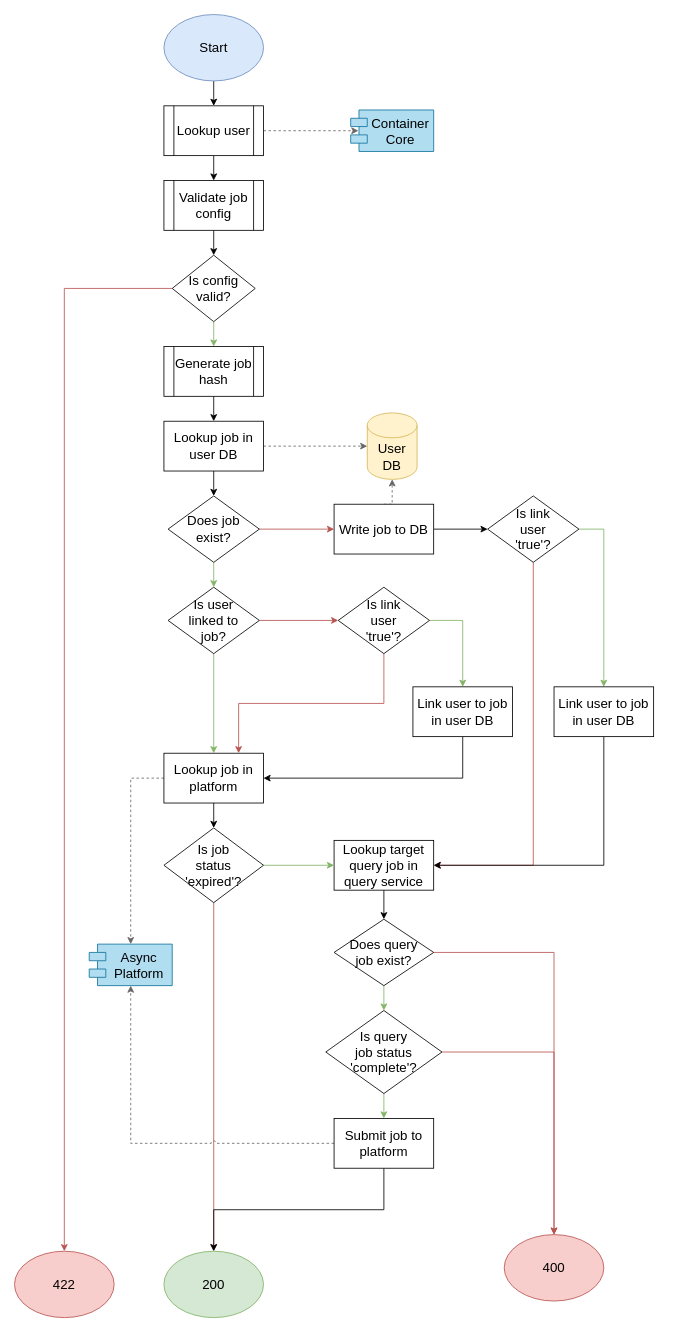
The draw.io diagram docs/design/2.0/graphs/draw.io/create-report-job.drawio in VEuPathDB/service-multi-blast, before the edit. Source tidied: cells renumbered, new cells numbered last; positions are measured from the earlier drawing's top-left corner, leaving out a move shared by most shapes. Both pictures are drawn from the tidied source at 83%, with x=0, y=0 at pixel (14, 14).
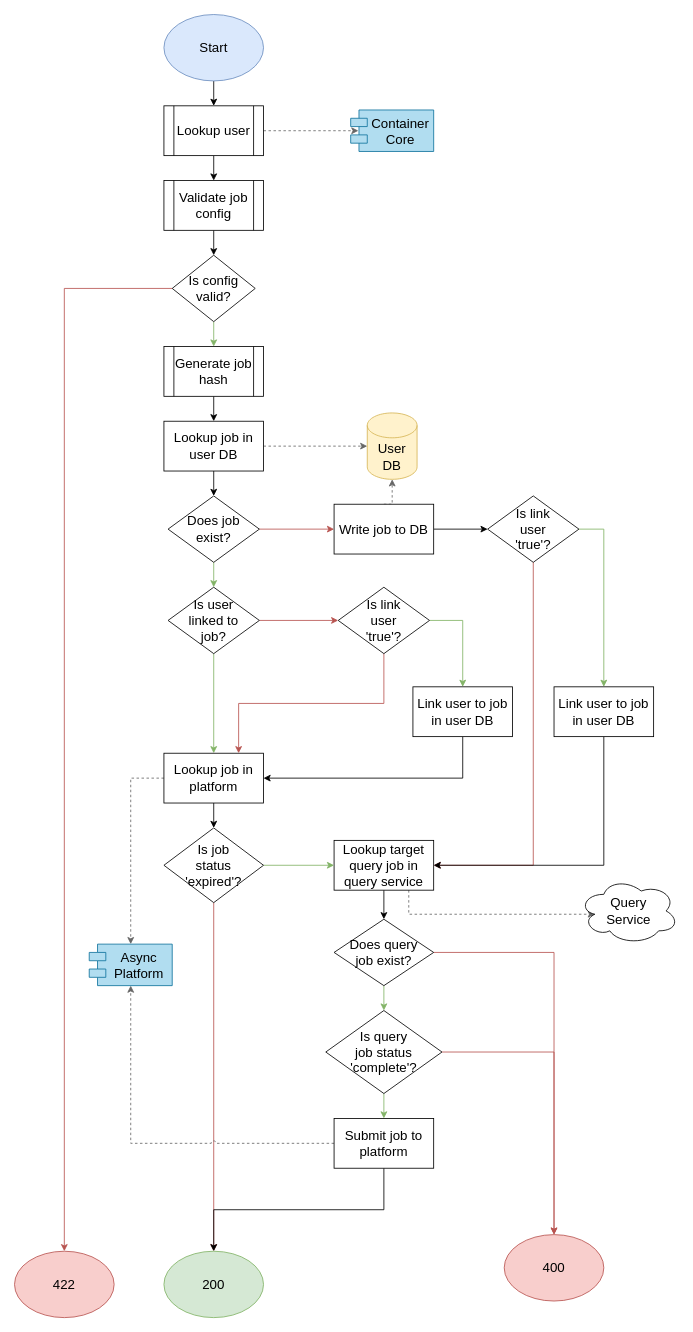
The same diagram, later.

Unchanged cells that the change refers to:
```xml
<mxCell id="13" value="Lookup target query job in query service" style="rounded=0;whiteSpace=wrap;html=1;fontSize=16;" parent="1" vertex="1">
  <mxGeometry x="385" y="995" width="120" height="60" as="geometry" />
</mxCell>
```

What changed in the source:
```diff
@@
+    <mxCell id="59" style="edgeStyle=orthogonalEdgeStyle;rounded=0;jumpStyle=arc;jettySize=auto;html=1;exitX=0.75;exitY=1;exitDx=0;exitDy=0;entryX=0.16;entryY=0.55;entryDx=0;entryDy=0;entryPerimeter=0;dashed=1;strokeColor=#666666;fontSize=16;" parent="1" edge="1" source="13" target="60">
+      <mxGeometry relative="1" as="geometry" />
+    </mxCell>
@@
+    <mxCell id="60" value="Query&lt;br&gt;Service" style="ellipse;shape=cloud;whiteSpace=wrap;html=1;fontSize=16;" parent="1" vertex="1">
+      <mxGeometry x="680" y="1040" width="120" height="80" as="geometry" />
+    </mxCell>
```
